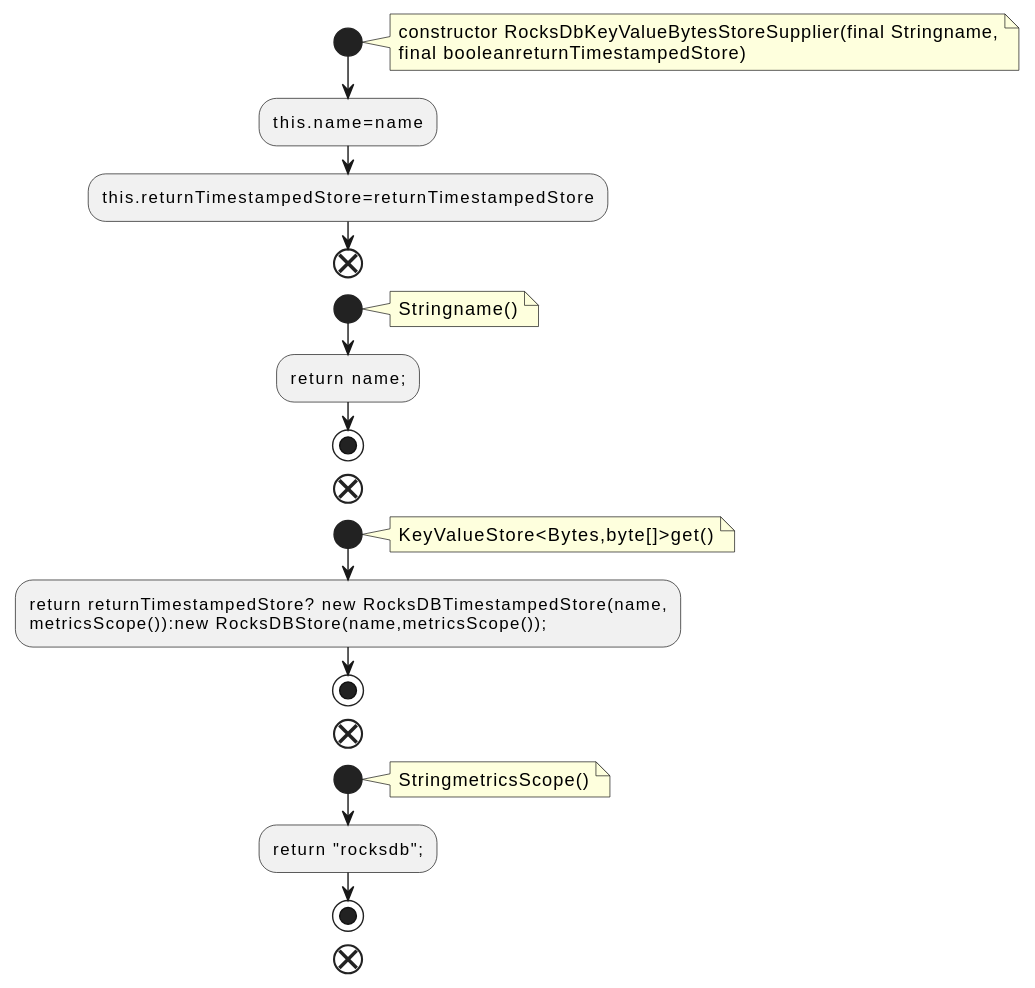
The PlantUML diagram docs/qc/streams/src/main/java/org/apache/kafka/streams/state/internals/RocksDbKeyValueBytesStoreSupplier.java.fct.svg in qualitesys/kafka, before a commit.
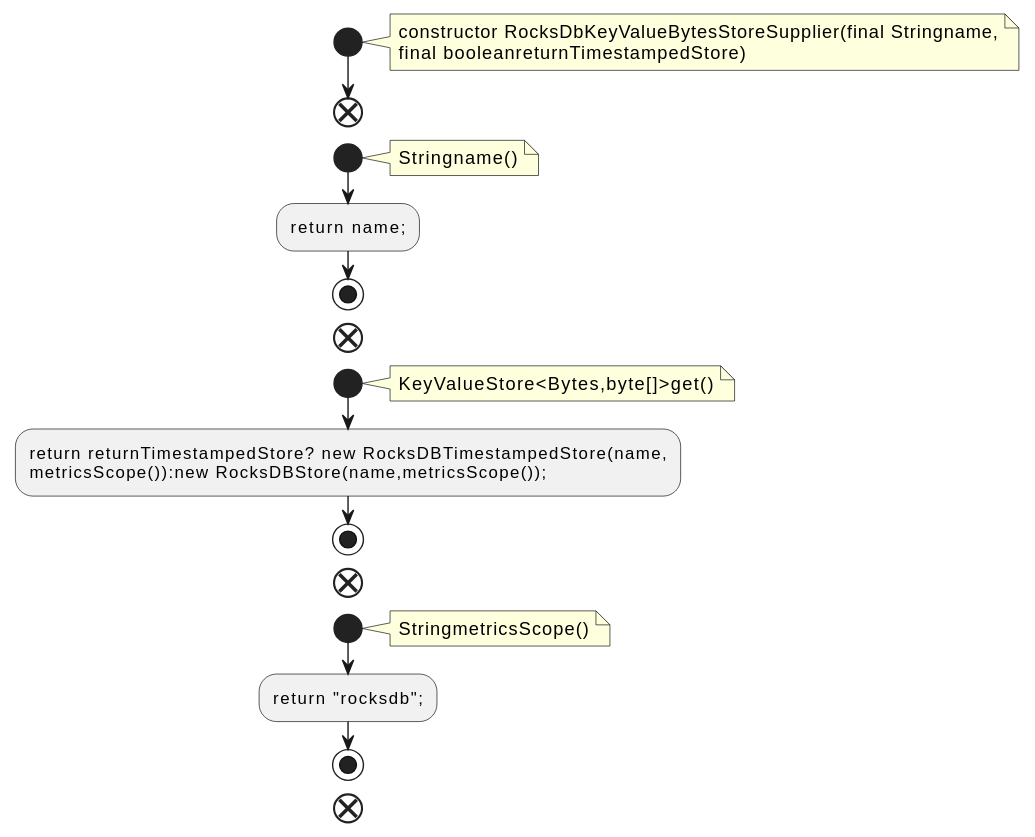
The same file after the commit.

The edit, as a diff of the source:
```diff
@@ -5,8 +5,6 @@
 constructor RocksDbKeyValueBytesStoreSupplier(final Stringname,
 final booleanreturnTimestampedStore)
 end note
-:this.name=name;
-:this.returnTimestampedStore=returnTimestampedStore;
 end
 start
 note right
```
